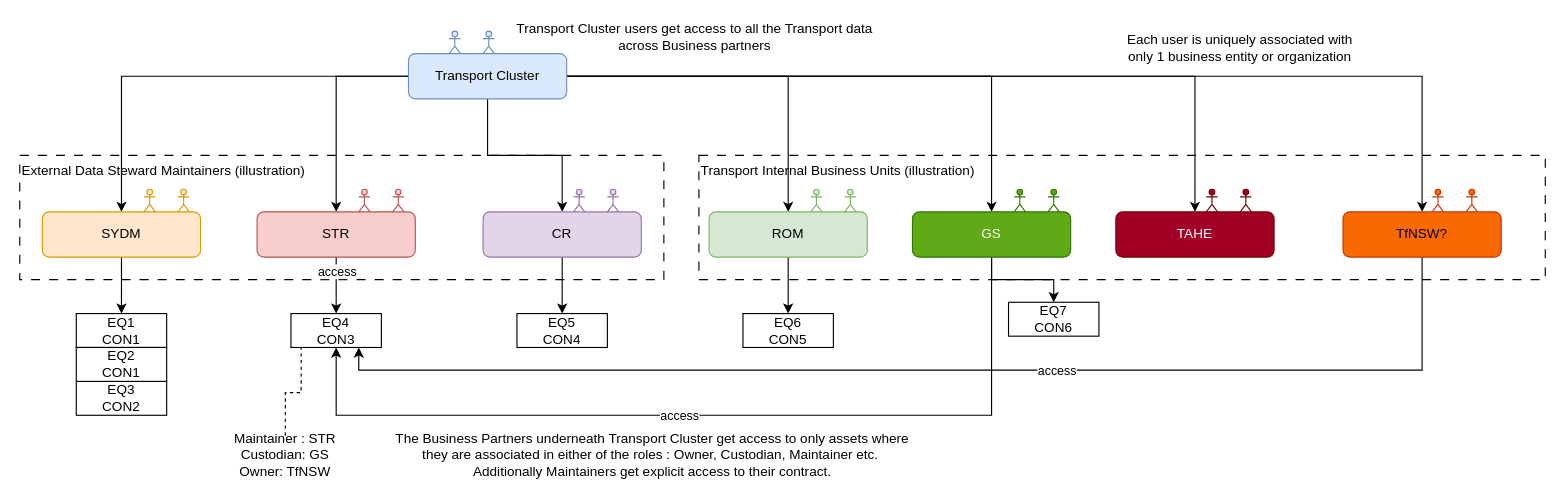
Above: page "Page-12" (12 of 12) of Untitled Diagram.drawio in MohdSaifz/geojsons (draw.io), before the change. Source tidied: cells renumbered, new cells numbered last; positions are measured from the earlier drawing's top-left corner, leaving out a move shared by most shapes. Both pictures are drawn from the tidied source at 113%, with x=0, y=0 at pixel (19, 19).
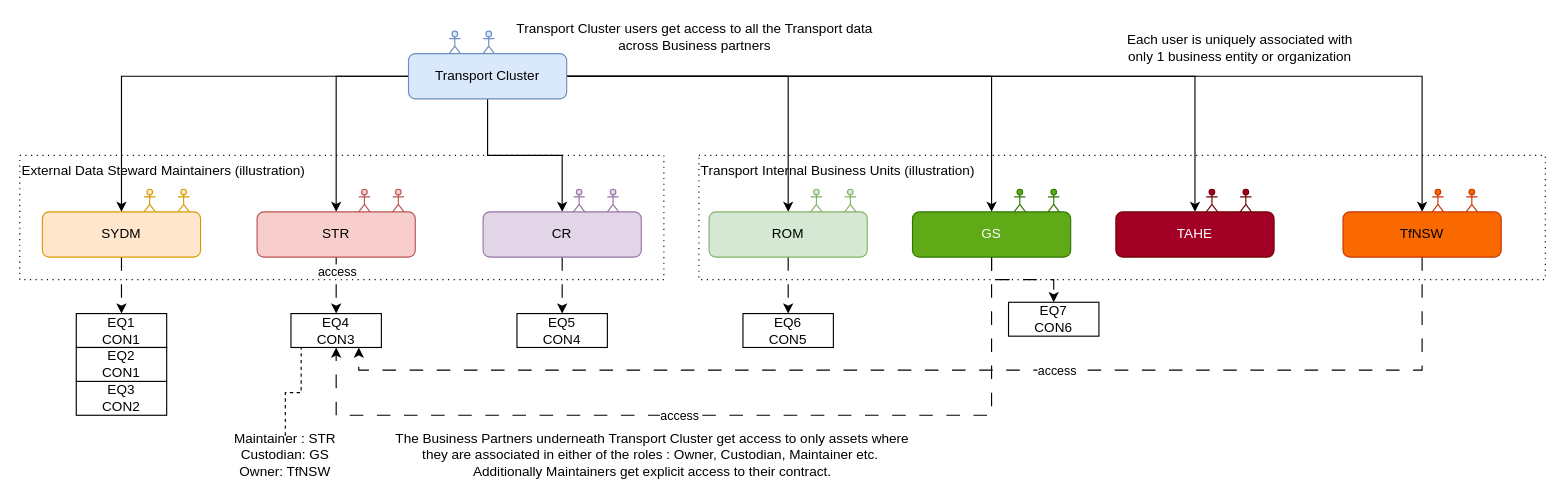
Above is the later version.

Unchanged cells that the change refers to:
```xml
<mxCell id="13" value="SYDM" style="rounded=1;whiteSpace=wrap;html=1;fillColor=#ffe6cc;strokeColor=#d79b00;" parent="1" vertex="1">
  <mxGeometry x="20" y="170" width="140" height="40" as="geometry" />
</mxCell>
<mxCell id="16" value="STR" style="rounded=1;whiteSpace=wrap;html=1;fillColor=#f8cecc;strokeColor=#b85450;" parent="1" vertex="1">
  <mxGeometry x="210" y="170" width="140" height="40" as="geometry" />
</mxCell>
<mxCell id="18" value="CR" style="rounded=1;whiteSpace=wrap;html=1;fillColor=#e1d5e7;strokeColor=#9673a6;" parent="1" vertex="1">
  <mxGeometry x="410" y="170" width="140" height="40" as="geometry" />
</mxCell>
<mxCell id="20" value="ROM" style="rounded=1;whiteSpace=wrap;html=1;fillColor=#d5e8d4;strokeColor=#82b366;" parent="1" vertex="1">
  <mxGeometry x="610" y="170" width="140" height="40" as="geometry" />
</mxCell>
<mxCell id="31" value="EQ1&lt;br&gt;CON1" style="rounded=0;whiteSpace=wrap;html=1;" parent="1" vertex="1">
  <mxGeometry x="50" y="260" width="80" height="30" as="geometry" />
</mxCell>
<mxCell id="34" value="EQ4&lt;br&gt;CON3" style="rounded=0;whiteSpace=wrap;html=1;" parent="1" vertex="1">
  <mxGeometry x="240" y="260" width="80" height="30" as="geometry" />
</mxCell>
<mxCell id="36" value="EQ5&lt;br&gt;CON4" style="rounded=0;whiteSpace=wrap;html=1;" parent="1" vertex="1">
  <mxGeometry x="440" y="260" width="80" height="30" as="geometry" />
</mxCell>
<mxCell id="37" value="EQ6&lt;br&gt;CON5" style="rounded=0;whiteSpace=wrap;html=1;" parent="1" vertex="1">
  <mxGeometry x="640" y="260" width="80" height="30" as="geometry" />
</mxCell>
<mxCell id="41" value="GS" style="rounded=1;whiteSpace=wrap;html=1;fillColor=#60a917;strokeColor=#2D7600;fontColor=#ffffff;" parent="1" vertex="1">
  <mxGeometry x="790" y="170" width="140" height="40" as="geometry" />
</mxCell>
<mxCell id="44" value="EQ7&lt;br&gt;CON6" style="rounded=0;whiteSpace=wrap;html=1;" parent="1" vertex="1">
  <mxGeometry x="875" y="250" width="80" height="30" as="geometry" />
</mxCell>
```

What changed in the source:
```diff
@@
+    <mxCell id="3" value="External Data Steward Maintainers (illustration)" style="rounded=0;whiteSpace=wrap;html=1;dashed=1;verticalAlign=top;align=left;strokeColor=default;dashPattern=1 4;" parent="1" vertex="1">
+      <mxGeometry y="120" width="570" height="110" as="geometry" />
+    </mxCell>
-    <mxCell id="2" value="Transport Internal Business Units (illustration)" style="rounded=0;whiteSpace=wrap;html=1;dashed=1;dashPattern=8 8;verticalAlign=top;align=left;" parent="1" vertex="1">
+    <mxCell id="2" value="Transport Internal Business Units (illustration)" style="rounded=0;whiteSpace=wrap;html=1;dashed=1;dashPattern=1 4;verticalAlign=top;align=left;" parent="1" vertex="1">
       <mxGeometry x="601" y="120" width="749" height="110" as="geometry" />
     </mxCell>
-    <mxCell id="3" value="External Data Steward Maintainers (illustration)" style="rounded=0;whiteSpace=wrap;html=1;dashed=1;dashPattern=8 8;verticalAlign=top;align=left;" parent="1" vertex="1">
-      <mxGeometry y="120" width="570" height="110" as="geometry" />
-    </mxCell>
@@
-    <mxCell id="12" style="edgeStyle=orthogonalEdgeStyle;rounded=0;jettySize=auto;html=1;entryX=0.5;entryY=0;entryDx=0;entryDy=0;" parent="1" edge="1" source="13" target="31">
+    <mxCell id="12" style="edgeStyle=orthogonalEdgeStyle;rounded=0;jettySize=auto;html=1;entryX=0.5;entryY=0;entryDx=0;entryDy=0;dashed=1;dashPattern=12 12;" parent="1" edge="1" source="13" target="31">
       <mxGeometry relative="1" as="geometry" />
     </mxCell>
@@
-    <mxCell id="14" style="edgeStyle=orthogonalEdgeStyle;rounded=0;jettySize=auto;html=1;entryX=0.5;entryY=0;entryDx=0;entryDy=0;" parent="1" edge="1" source="16" target="34">
+    <mxCell id="14" style="edgeStyle=orthogonalEdgeStyle;rounded=0;jettySize=auto;html=1;entryX=0.5;entryY=0;entryDx=0;entryDy=0;dashed=1;dashPattern=12 12;" parent="1" edge="1" source="16" target="34">
       <mxGeometry relative="1" as="geometry" />
     </mxCell>
@@
-    <mxCell id="17" style="edgeStyle=orthogonalEdgeStyle;rounded=0;jettySize=auto;html=1;entryX=0.5;entryY=0;entryDx=0;entryDy=0;" parent="1" edge="1" source="18" target="36">
+    <mxCell id="17" style="edgeStyle=orthogonalEdgeStyle;rounded=0;jettySize=auto;html=1;entryX=0.5;entryY=0;entryDx=0;entryDy=0;dashed=1;dashPattern=12 12;" parent="1" edge="1" source="18" target="36">
       <mxGeometry relative="1" as="geometry" />
     </mxCell>
@@
-    <mxCell id="19" style="edgeStyle=orthogonalEdgeStyle;rounded=0;jettySize=auto;html=1;entryX=0.5;entryY=0;entryDx=0;entryDy=0;" parent="1" edge="1" source="20" target="37">
+    <mxCell id="19" style="edgeStyle=orthogonalEdgeStyle;rounded=0;jettySize=auto;html=1;entryX=0.5;entryY=0;entryDx=0;entryDy=0;dashed=1;dashPattern=12 12;" parent="1" edge="1" source="20" target="37">
       <mxGeometry relative="1" as="geometry" />
     </mxCell>
@@
-    <mxCell id="38" style="edgeStyle=orthogonalEdgeStyle;rounded=0;jettySize=auto;html=1;entryX=0.5;entryY=1;entryDx=0;entryDy=0;" parent="1" edge="1" source="41" target="34">
+    <mxCell id="38" style="edgeStyle=orthogonalEdgeStyle;rounded=0;jettySize=auto;html=1;entryX=0.5;entryY=1;entryDx=0;entryDy=0;dashed=1;dashPattern=12 12;" parent="1" edge="1" source="41" target="34">
       <mxGeometry relative="1" as="geometry">
         <Array as="points">
           <mxPoint x="860" y="350" />
           <mxPoint x="280" y="350" />
         </Array>
       </mxGeometry>
     </mxCell>
@@
-    <mxCell id="40" style="edgeStyle=orthogonalEdgeStyle;rounded=0;jettySize=auto;html=1;entryX=0.5;entryY=0;entryDx=0;entryDy=0;" parent="1" edge="1" source="41" target="44">
+    <mxCell id="40" style="edgeStyle=orthogonalEdgeStyle;rounded=0;jettySize=auto;html=1;entryX=0.5;entryY=0;entryDx=0;entryDy=0;dashed=1;dashPattern=12 12;" parent="1" edge="1" source="41" target="44">
       <mxGeometry relative="1" as="geometry" />
     </mxCell>
@@
-    <mxCell id="49" style="edgeStyle=orthogonalEdgeStyle;rounded=0;jettySize=auto;html=1;entryX=0.75;entryY=1;entryDx=0;entryDy=0;" parent="1" edge="1" source="51" target="34">
+    <mxCell id="49" style="edgeStyle=orthogonalEdgeStyle;rounded=0;jettySize=auto;html=1;entryX=0.75;entryY=1;entryDx=0;entryDy=0;dashed=1;dashPattern=12 12;" parent="1" edge="1" source="51" target="34">
       <mxGeometry relative="1" as="geometry">
         <Array as="points">
           <mxPoint x="1241" y="310" />
           <mxPoint x="300" y="310" />
         </Array>
       </mxGeometry>
     </mxCell>
@@
-    <mxCell id="51" value="TfNSW?" style="rounded=1;whiteSpace=wrap;html=1;fillColor=#fa6800;strokeColor=#C73500;fontColor=#000000;" parent="1" vertex="1">
+    <mxCell id="51" value="TfNSW" style="rounded=1;whiteSpace=wrap;html=1;fillColor=#fa6800;strokeColor=#C73500;fontColor=#000000;" parent="1" vertex="1">
       <mxGeometry x="1171" y="170" width="140" height="40" as="geometry" />
     </mxCell>
```
